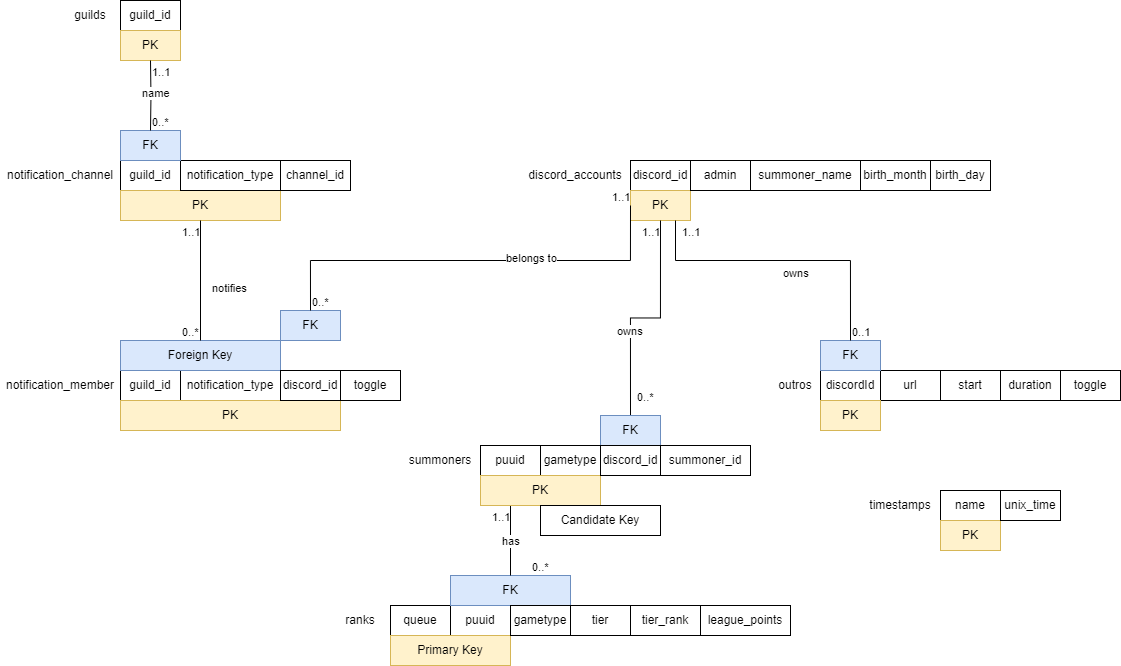
The draw.io diagram documentation/Relational Database Structure.drawio.png in nathan-lai-engineering/discord-bot, before a commit. Source tidied: cells renumbered, new cells last; positions are measured from the earlier drawing's top-left corner, leaving out a move shared by most shapes.
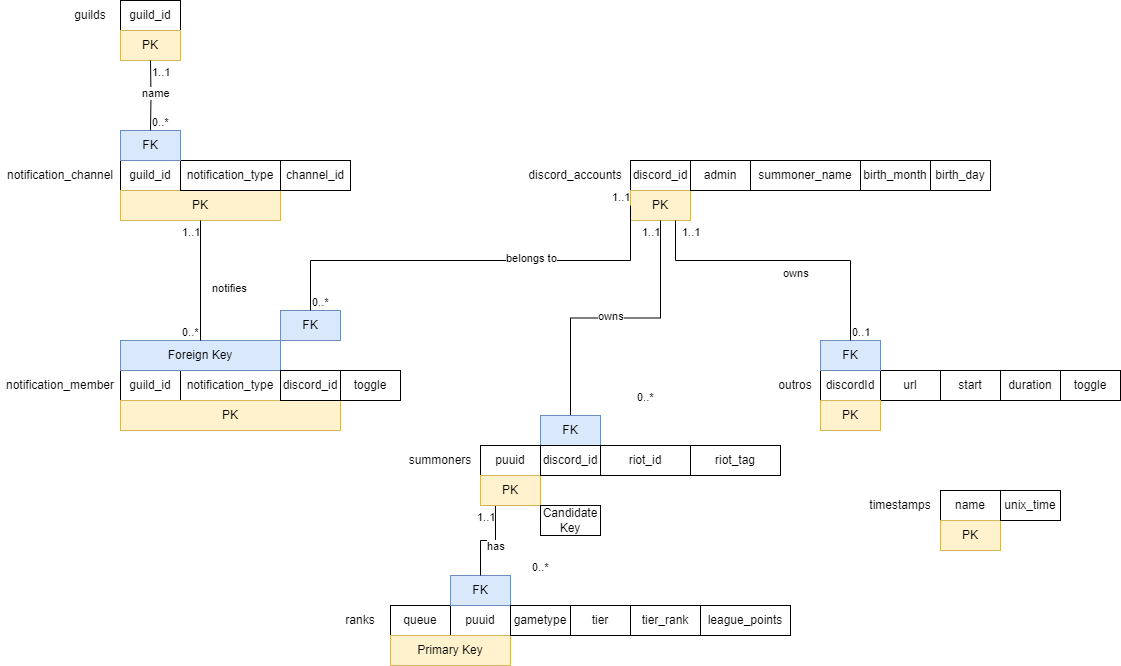
After the commit.

Commit message:
reworking database for riot id

Change to the diagram source:
```diff
@@ -48,13 +48,13 @@
       <mxGeometry x="700" y="605" width="90" height="30" as="geometry" />
     </mxCell>
     <mxCell id="17" value="FK" style="text;html=1;strokeColor=#6c8ebf;fillColor=#dae8fc;align=center;verticalAlign=middle;whiteSpace=wrap;rounded=0;" parent="1" vertex="1">
-      <mxGeometry x="450" y="575" width="120" height="30" as="geometry" />
+      <mxGeometry x="450" y="575" width="60" height="30" as="geometry" />
     </mxCell>
     <mxCell id="18" value="summoner_name" style="text;html=1;strokeColor=default;fillColor=none;align=center;verticalAlign=middle;whiteSpace=wrap;rounded=0;" parent="1" vertex="1">
       <mxGeometry x="750" y="160" width="110" height="30" as="geometry" />
     </mxCell>
-    <mxCell id="19" value="summoner_id" style="text;html=1;strokeColor=default;fillColor=none;align=center;verticalAlign=middle;whiteSpace=wrap;rounded=0;" parent="1" vertex="1">
-      <mxGeometry x="660" y="445" width="90" height="30" as="geometry" />
+    <mxCell id="19" value="riot_id" style="text;html=1;strokeColor=default;fillColor=none;align=center;verticalAlign=middle;whiteSpace=wrap;rounded=0;" parent="1" vertex="1">
+      <mxGeometry x="600" y="445" width="90" height="30" as="geometry" />
     </mxCell>
     <mxCell id="20" value="discord_id" style="text;html=1;strokeColor=default;fillColor=none;align=center;verticalAlign=middle;whiteSpace=wrap;rounded=0;" parent="1" vertex="1">
       <mxGeometry x="630" y="160" width="60" height="30" as="geometry" />
@@ -197,26 +197,23 @@
     <mxCell id="58" value="discord_id" style="text;html=1;strokeColor=default;fillColor=none;align=center;verticalAlign=middle;whiteSpace=wrap;rounded=0;" parent="1" vertex="1">
       <mxGeometry x="280" y="370" width="60" height="30" as="geometry" />
     </mxCell>
-    <mxCell id="59" value="gametype" style="text;html=1;strokeColor=default;fillColor=none;align=center;verticalAlign=middle;whiteSpace=wrap;rounded=0;" parent="1" vertex="1">
-      <mxGeometry x="540" y="445" width="60" height="30" as="geometry" />
-    </mxCell>
     <mxCell id="60" value="PK" style="text;html=1;strokeColor=#d6b656;fillColor=#fff2cc;align=center;verticalAlign=middle;whiteSpace=wrap;rounded=0;" parent="1" vertex="1">
-      <mxGeometry x="480" y="475" width="120" height="30" as="geometry" />
+      <mxGeometry x="480" y="475" width="60" height="30" as="geometry" />
     </mxCell>
     <mxCell id="61" value="summoners" style="text;html=1;strokeColor=none;fillColor=none;align=center;verticalAlign=middle;whiteSpace=wrap;rounded=0;" parent="1" vertex="1">
       <mxGeometry x="400" y="445" width="80" height="30" as="geometry" />
     </mxCell>
     <mxCell id="62" value="FK" style="text;html=1;strokeColor=#6c8ebf;fillColor=#dae8fc;align=center;verticalAlign=middle;whiteSpace=wrap;rounded=0;" parent="1" vertex="1">
-      <mxGeometry x="600" y="415" width="60" height="30" as="geometry" />
+      <mxGeometry x="540" y="415" width="60" height="30" as="geometry" />
     </mxCell>
     <mxCell id="63" value="0..*" style="edgeLabel;html=1;align=left;verticalAlign=bottom;" parent="1" vertex="1">
       <mxGeometry x="635" y="405" as="geometry" />
     </mxCell>
     <mxCell id="64" value="discord_id" style="text;html=1;strokeColor=default;fillColor=none;align=center;verticalAlign=middle;whiteSpace=wrap;rounded=0;" parent="1" vertex="1">
-      <mxGeometry x="600" y="445" width="60" height="30" as="geometry" />
+      <mxGeometry x="540" y="445" width="60" height="30" as="geometry" />
     </mxCell>
     <mxCell id="65" value="Candidate Key" style="text;html=1;align=center;verticalAlign=middle;whiteSpace=wrap;rounded=0;fillColor=default;strokeColor=default;" parent="1" vertex="1">
-      <mxGeometry x="540" y="505" width="120" height="30" as="geometry" />
+      <mxGeometry x="540" y="505" width="60" height="30" as="geometry" />
     </mxCell>
     <mxCell id="66" value="gametype" style="text;html=1;strokeColor=default;fillColor=none;align=center;verticalAlign=middle;whiteSpace=wrap;rounded=0;" parent="1" vertex="1">
       <mxGeometry x="510" y="605" width="60" height="30" as="geometry" />
@@ -239,5 +236,8 @@
     <mxCell id="72" value="birth_day" style="text;html=1;strokeColor=default;fillColor=none;align=center;verticalAlign=middle;whiteSpace=wrap;rounded=0;" parent="1" vertex="1">
       <mxGeometry x="930" y="160" width="60" height="30" as="geometry" />
     </mxCell>
+    <mxCell id="73" value="riot_tag" style="text;html=1;strokeColor=default;fillColor=none;align=center;verticalAlign=middle;whiteSpace=wrap;rounded=0;" parent="1" vertex="1">
+      <mxGeometry x="690" y="445" width="90" height="30" as="geometry" />
+    </mxCell>
   </root>
 </mxGraphModel>
```
